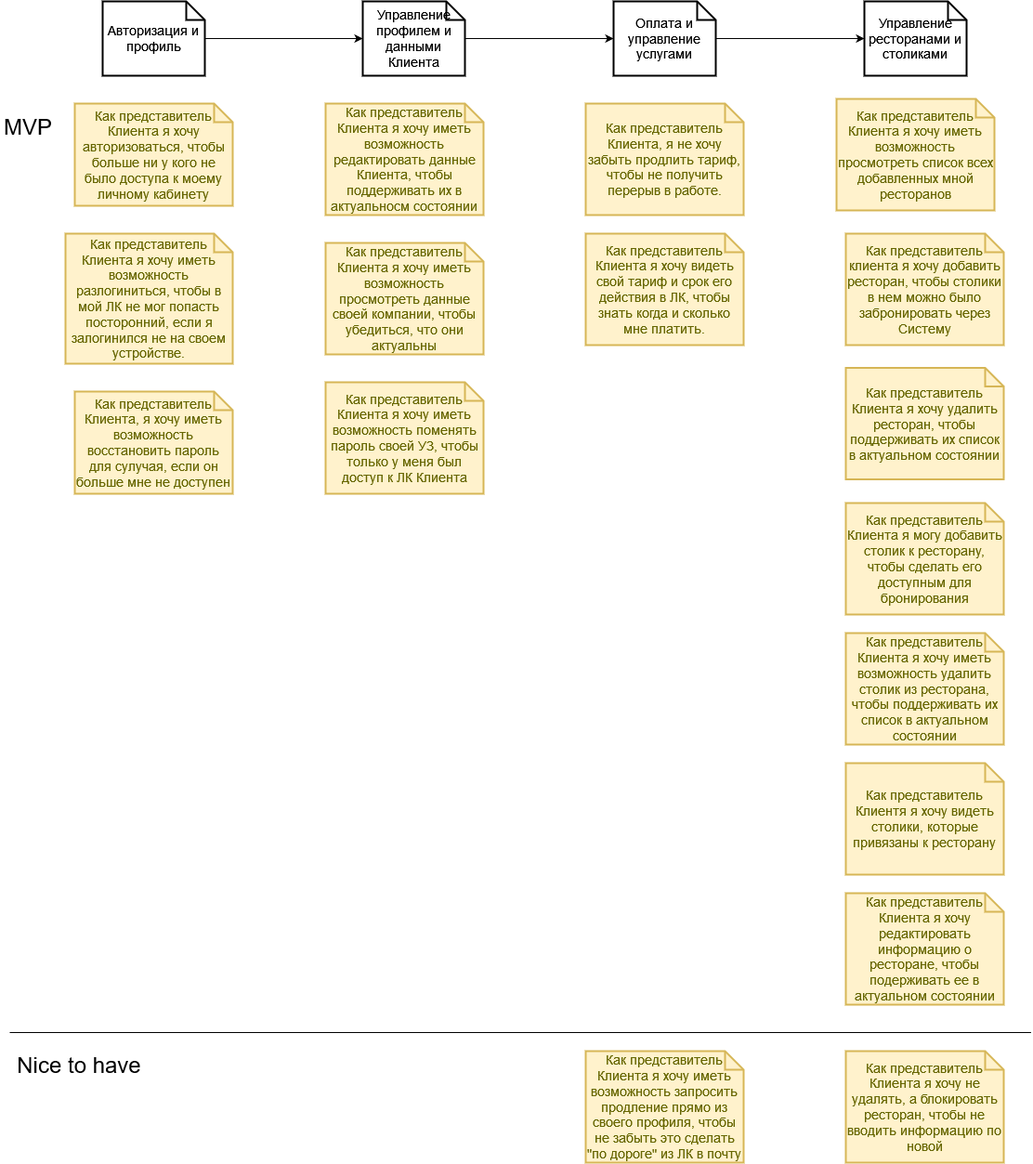
Above: img/uc-member-lk.drawio.png in indeec05/course__final (draw.io), before the change. Source tidied: cells renumbered, new cells last; positions are measured from the earlier drawing's top-left corner, leaving out a move shared by most shapes. The source it was exported from:
```xml
<mxGraphModel>
  <root>
    <mxCell id="0" />
    <mxCell id="1" parent="0" />
    <mxCell id="2" style="edgeStyle=orthogonalEdgeStyle;rounded=0;jettySize=auto;html=1;fontSize=12;" parent="1" edge="1" source="3" target="5">
      <mxGeometry relative="1" as="geometry" />
    </mxCell>
    <mxCell id="3" value="Авторизация и профиль" style="shape=note;strokeWidth=2;fontSize=14;size=20;whiteSpace=wrap;html=1;" parent="1" vertex="1">
      <mxGeometry x="110" width="110" height="80" as="geometry" />
    </mxCell>
    <mxCell id="4" style="edgeStyle=orthogonalEdgeStyle;rounded=0;jettySize=auto;html=1;" parent="1" edge="1" source="5" target="15">
      <mxGeometry relative="1" as="geometry" />
    </mxCell>
    <mxCell id="5" value="Управление профилем и данными Клиента" style="shape=note;strokeWidth=2;fontSize=14;size=20;whiteSpace=wrap;html=1;" parent="1" vertex="1">
      <mxGeometry x="390" width="110" height="80" as="geometry" />
    </mxCell>
    <mxCell id="6" value="Управление ресторанами и столиками" style="shape=note;strokeWidth=2;fontSize=14;size=20;whiteSpace=wrap;html=1;" parent="1" vertex="1">
      <mxGeometry x="930" width="110" height="80" as="geometry" />
    </mxCell>
    <mxCell id="7" value="Как представитель Клиента я хочу авторизоваться, чтобы больше ни у кого не было доступа к моему личному кабинету" style="shape=note;strokeWidth=2;fontSize=14;size=20;whiteSpace=wrap;fillColor=#fff2cc;strokeColor=#d6b656;fontColor=#666600;" parent="1" vertex="1">
      <mxGeometry x="80" y="110" width="170" height="110" as="geometry" />
    </mxCell>
    <mxCell id="8" value="Как представитель Клиента я хочу иметь возможность разлогиниться, чтобы в мой ЛК не мог попасть посторонний, если я залогинился не на своем устройстве." style="shape=note;strokeWidth=2;fontSize=14;size=20;whiteSpace=wrap;fillColor=#fff2cc;strokeColor=#d6b656;fontColor=#666600;" parent="1" vertex="1">
      <mxGeometry x="70" y="250" width="180" height="140" as="geometry" />
    </mxCell>
    <mxCell id="9" value="Как представитель Клиента, я хочу иметь возможность восстановить пароль для сулучая, если он больше мне не доступен" style="shape=note;strokeWidth=2;fontSize=14;size=20;whiteSpace=wrap;fillColor=#fff2cc;strokeColor=#d6b656;fontColor=#666600;" parent="1" vertex="1">
      <mxGeometry x="80" y="420" width="170" height="110" as="geometry" />
    </mxCell>
    <mxCell id="10" value="Как представитель Клиента я хочу иметь возможность редактировать данные Клиента, чтобы поддерживать их в актуальносм состоянии" style="shape=note;strokeWidth=2;fontSize=14;size=20;whiteSpace=wrap;fillColor=#fff2cc;strokeColor=#d6b656;fontColor=#666600;" parent="1" vertex="1">
      <mxGeometry x="350" y="110" width="170" height="120" as="geometry" />
    </mxCell>
    <mxCell id="11" value="Как представитель Клиента я хочу иметь возможность просмотреть данные своей компании, чтобы убедиться, что они актуальны" style="shape=note;strokeWidth=2;fontSize=14;size=20;whiteSpace=wrap;fillColor=#fff2cc;strokeColor=#d6b656;fontColor=#666600;" parent="1" vertex="1">
      <mxGeometry x="350" y="260" width="170" height="120" as="geometry" />
    </mxCell>
    <mxCell id="12" value="Как представитель Клиента я хочу иметь возможность поменять пароль своей УЗ, чтобы только у меня был доступ к ЛК Клиента" style="shape=note;strokeWidth=2;fontSize=14;size=20;whiteSpace=wrap;fillColor=#fff2cc;strokeColor=#d6b656;fontColor=#666600;" parent="1" vertex="1">
      <mxGeometry x="350" y="410" width="170" height="120" as="geometry" />
    </mxCell>
    <mxCell id="13" value="Как представитель Клиента я хочу видеть свой тариф и срок его действия в ЛК, чтобы знать когда и сколько мне платить." style="shape=note;strokeWidth=2;fontSize=14;size=20;whiteSpace=wrap;fillColor=#fff2cc;strokeColor=#d6b656;fontColor=#666600;" parent="1" vertex="1">
      <mxGeometry x="630" y="250" width="170" height="120" as="geometry" />
    </mxCell>
    <mxCell id="14" style="edgeStyle=orthogonalEdgeStyle;rounded=0;jettySize=auto;html=1;entryX=0;entryY=0.5;entryDx=0;entryDy=0;entryPerimeter=0;" parent="1" edge="1" source="15" target="6">
      <mxGeometry relative="1" as="geometry" />
    </mxCell>
    <mxCell id="15" value="Оплата и управление услугами" style="shape=note;strokeWidth=2;fontSize=14;size=20;whiteSpace=wrap;html=1;" parent="1" vertex="1">
      <mxGeometry x="660" width="110" height="80" as="geometry" />
    </mxCell>
    <mxCell id="16" value="Как представитель Клиента, я не хочу забыть продлить тариф, чтобы не получить перерыв в работе." style="shape=note;strokeWidth=2;fontSize=14;size=20;whiteSpace=wrap;fillColor=#fff2cc;strokeColor=#d6b656;fontColor=#666600;" parent="1" vertex="1">
      <mxGeometry x="630" y="110" width="170" height="120" as="geometry" />
    </mxCell>
    <mxCell id="17" value="Как представитель Клиента я хочу иметь возможность просмотреть список всех добавленных мной ресторанов" style="shape=note;strokeWidth=2;fontSize=14;size=20;whiteSpace=wrap;fillColor=#fff2cc;strokeColor=#d6b656;fontColor=#666600;" parent="1" vertex="1">
      <mxGeometry x="900" y="105" width="170" height="120" as="geometry" />
    </mxCell>
    <mxCell id="18" value="Как представитель клиента я хочу добавить ресторан, чтобы столики в нем можно было забронировать через Систему" style="shape=note;strokeWidth=2;fontSize=14;size=20;whiteSpace=wrap;fillColor=#fff2cc;strokeColor=#d6b656;fontColor=#666600;" parent="1" vertex="1">
      <mxGeometry x="910" y="250" width="170" height="120" as="geometry" />
    </mxCell>
    <mxCell id="19" value="Как представитель Клиента я хочу удалить ресторан, чтобы поддерживать их список в актуальном состоянии" style="shape=note;strokeWidth=2;fontSize=14;size=20;whiteSpace=wrap;fillColor=#fff2cc;strokeColor=#d6b656;fontColor=#666600;" parent="1" vertex="1">
      <mxGeometry x="910" y="394.5" width="170" height="120" as="geometry" />
    </mxCell>
    <mxCell id="20" value="Как представитель Клиента я хочу не удалять, а блокировать ресторан, чтобы не вводить информацию по новой" style="shape=note;strokeWidth=2;fontSize=14;size=20;whiteSpace=wrap;fillColor=#fff2cc;strokeColor=#d6b656;fontColor=#666600;" parent="1" vertex="1">
      <mxGeometry x="910" y="1130" width="170" height="120" as="geometry" />
    </mxCell>
    <mxCell id="21" value="Как представитель Клиента я хочу редактировать информацию о ресторане, чтобы подерживать ее в актуальном состоянии" style="shape=note;strokeWidth=2;fontSize=14;size=20;whiteSpace=wrap;fillColor=#fff2cc;strokeColor=#d6b656;fontColor=#666600;" parent="1" vertex="1">
      <mxGeometry x="910" y="960" width="170" height="120" as="geometry" />
    </mxCell>
    <mxCell id="22" value="Как представитель Клиентя я хочу видеть столики, которые привязаны к ресторану" style="shape=note;strokeWidth=2;fontSize=14;size=20;whiteSpace=wrap;fillColor=#fff2cc;strokeColor=#d6b656;fontColor=#666600;" parent="1" vertex="1">
      <mxGeometry x="910" y="820" width="170" height="120" as="geometry" />
    </mxCell>
    <mxCell id="23" value="Как представитель Клиента я могу добавить столик к ресторану, чтобы сделать его доступным для бронирования" style="shape=note;strokeWidth=2;fontSize=14;size=20;whiteSpace=wrap;fillColor=#fff2cc;strokeColor=#d6b656;fontColor=#666600;" parent="1" vertex="1">
      <mxGeometry x="910" y="540" width="170" height="120" as="geometry" />
    </mxCell>
    <mxCell id="24" value="Как представитель Клиента я хочу иметь возможность удалить столик из ресторана, чтобы поддерживать их список в актуальном состоянии" style="shape=note;strokeWidth=2;fontSize=14;size=20;whiteSpace=wrap;fillColor=#fff2cc;strokeColor=#d6b656;fontColor=#666600;" parent="1" vertex="1">
      <mxGeometry x="910" y="680" width="170" height="120" as="geometry" />
    </mxCell>
    <mxCell id="25" value="Как представитель Клиента я хочу иметь возможность запросить продление прямо из своего профиля, чтобы не забыть это сделать &quot;по дороге&quot; из ЛК в почту" style="shape=note;strokeWidth=2;fontSize=14;size=20;whiteSpace=wrap;fillColor=#fff2cc;strokeColor=#d6b656;fontColor=#666600;" parent="1" vertex="1">
      <mxGeometry x="630" y="1130" width="170" height="120" as="geometry" />
    </mxCell>
    <mxCell id="26" value="&lt;font style=&quot;font-size: 24px&quot;&gt;MVP&lt;/font&gt;" style="text;html=1;strokeColor=none;fillColor=none;align=center;verticalAlign=middle;whiteSpace=wrap;rounded=0;" parent="1" vertex="1">
      <mxGeometry y="120" width="60" height="30" as="geometry" />
    </mxCell>
    <mxCell id="27" style="endArrow=none;html=1;rounded=0;fontSize=24;" parent="1" edge="1">
      <mxGeometry relative="1" as="geometry">
        <mxPoint x="10" y="1110" as="sourcePoint" />
        <mxPoint x="1109.4" y="1110" as="targetPoint" />
      </mxGeometry>
    </mxCell>
    <mxCell id="28" value="&lt;font style=&quot;font-size: 24px&quot;&gt;Nice to have&lt;br&gt;&lt;/font&gt;" style="text;html=1;strokeColor=none;fillColor=none;align=center;verticalAlign=middle;whiteSpace=wrap;rounded=0;" parent="1" vertex="1">
      <mxGeometry x="10" y="1130" width="150" height="30" as="geometry" />
    </mxCell>
  </root>
</mxGraphModel>
```
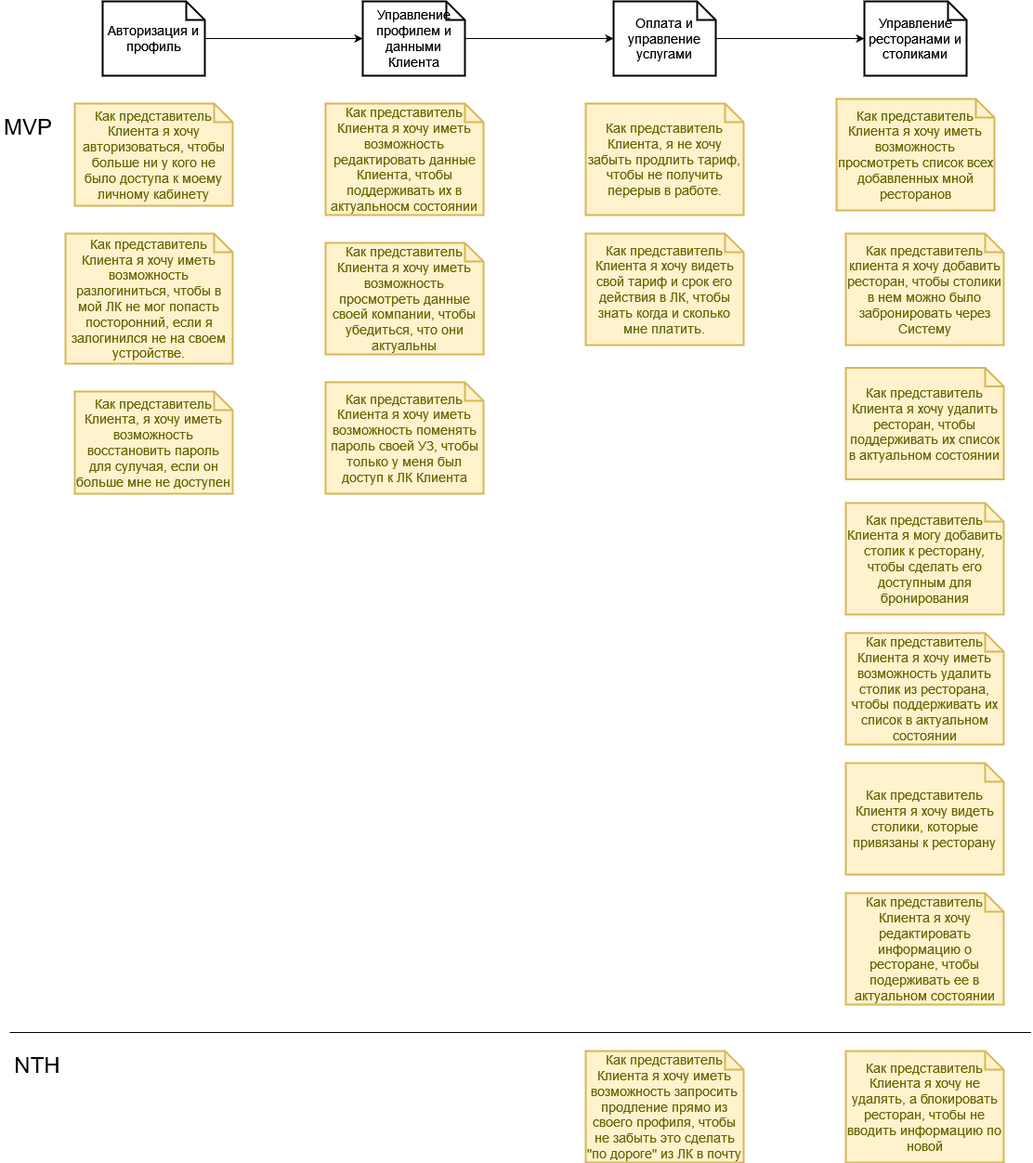
Later version of the same file.

Change to the diagram source:
```diff
@@ -83,8 +83,8 @@
         <mxPoint x="1109.4" y="1110" as="targetPoint" />
       </mxGeometry>
     </mxCell>
-    <mxCell id="28" value="&lt;font style=&quot;font-size: 24px&quot;&gt;Nice to have&lt;br&gt;&lt;/font&gt;" style="text;html=1;strokeColor=none;fillColor=none;align=center;verticalAlign=middle;whiteSpace=wrap;rounded=0;" parent="1" vertex="1">
-      <mxGeometry x="10" y="1130" width="150" height="30" as="geometry" />
+    <mxCell id="28" value="&lt;font style=&quot;font-size: 24px&quot;&gt;NTH&lt;font style=&quot;font-size: 24px&quot;&gt;&lt;br&gt;&lt;/font&gt;&lt;/font&gt;" style="text;html=1;strokeColor=none;fillColor=none;align=center;verticalAlign=middle;whiteSpace=wrap;rounded=0;" parent="1" vertex="1">
+      <mxGeometry x="10" y="1130" width="60" height="30" as="geometry" />
     </mxCell>
   </root>
 </mxGraphModel>
```
